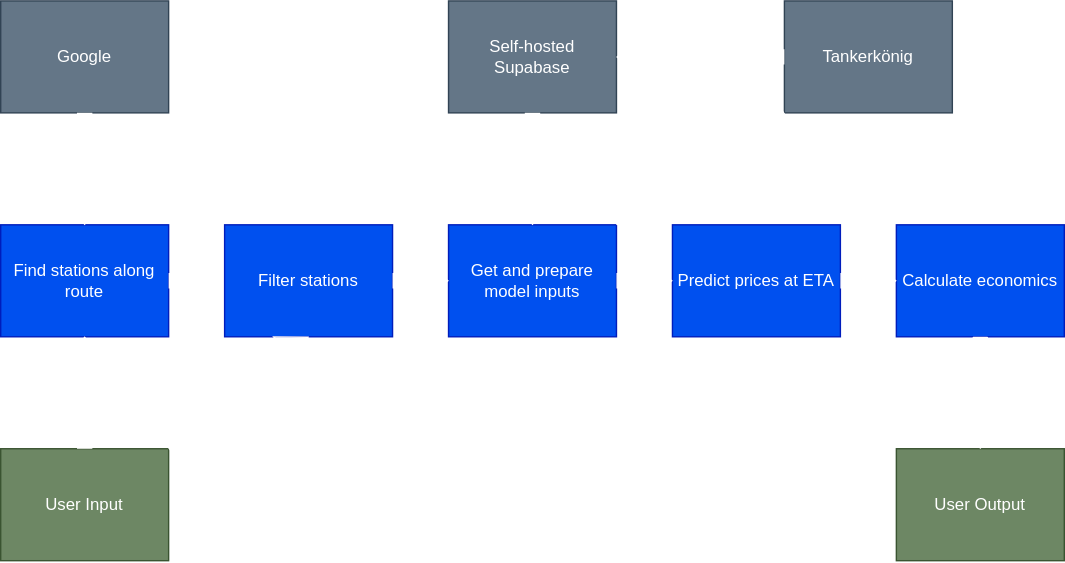
Earlier version of the draw.io export structure_graphs/dark_theme_workflow.drawio.svg (momade02/ds_project_main). Source tidied: cells renumbered, new cells last; positions are measured from the earlier drawing's top-left corner, leaving out a move shared by most shapes.
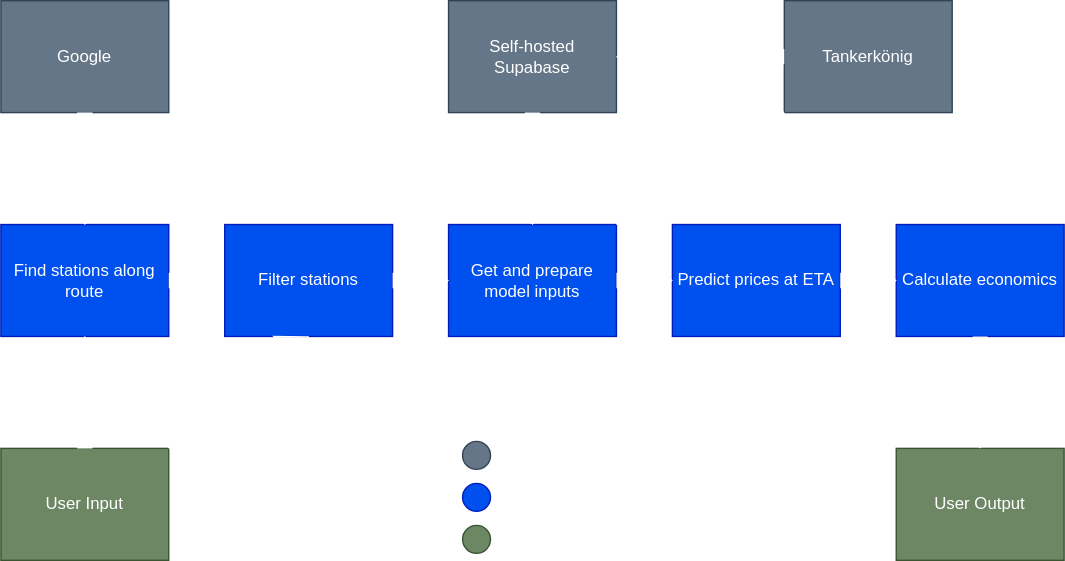
After the change.

Commit message:
Update light theme workflow SVG: Adjust dimensions, reposition text elements, and add new data source, pipeline, and user indicators

The edit, as a diff of the source:
```diff
@@ -78,5 +78,23 @@
     <mxCell id="24" value="Recommendation" style="shape=flexArrow;endArrow=classic;html=1;exitX=0.5;exitY=1;exitDx=0;exitDy=0;entryX=0.5;entryY=0;entryDx=0;entryDy=0;strokeColor=light-dark(#ffffff, #ededed);fontColor=#FFFFFF;labelBackgroundColor=none;labelPosition=left;verticalLabelPosition=middle;align=right;verticalAlign=middle;spacing=9;" parent="1" edge="1" source="5" target="20">
       <mxGeometry relative="1" as="geometry" />
     </mxCell>
+    <mxCell id="25" style="ellipse;whiteSpace=wrap;html=1;fillColor=#647687;fontColor=#ffffff;strokeColor=#314354;align=left;" parent="1" vertex="1">
+      <mxGeometry x="330" y="315" width="20" height="20" as="geometry" />
+    </mxCell>
+    <mxCell id="26" style="ellipse;whiteSpace=wrap;html=1;fillColor=#0050ef;fontColor=#ffffff;strokeColor=#001DBC;align=left;" parent="1" vertex="1">
+      <mxGeometry x="330" y="345" width="20" height="20" as="geometry" />
+    </mxCell>
+    <mxCell id="27" style="ellipse;whiteSpace=wrap;html=1;fillColor=#6d8764;fontColor=#ffffff;strokeColor=#3A5431;align=left;" parent="1" vertex="1">
+      <mxGeometry x="330" y="375" width="20" height="20" as="geometry" />
+    </mxCell>
+    <mxCell id="28" value="Data source" style="text;html=1;align=left;verticalAlign=middle;whiteSpace=wrap;rounded=0;fontSize=11;fontColor=#FFFFFF;" parent="1" vertex="1">
+      <mxGeometry x="360" y="310" width="70" height="30" as="geometry" />
+    </mxCell>
+    <mxCell id="29" value="Pipeline" style="text;html=1;align=left;verticalAlign=middle;whiteSpace=wrap;rounded=0;fontSize=11;fontColor=#FFFFFF;" parent="1" vertex="1">
+      <mxGeometry x="360" y="340" width="70" height="30" as="geometry" />
+    </mxCell>
+    <mxCell id="30" value="User" style="text;html=1;align=left;verticalAlign=middle;whiteSpace=wrap;rounded=0;fontSize=11;fontColor=#FFFFFF;" parent="1" vertex="1">
+      <mxGeometry x="360" y="370" width="70" height="30" as="geometry" />
+    </mxCell>
   </root>
 </mxGraphModel>
```
